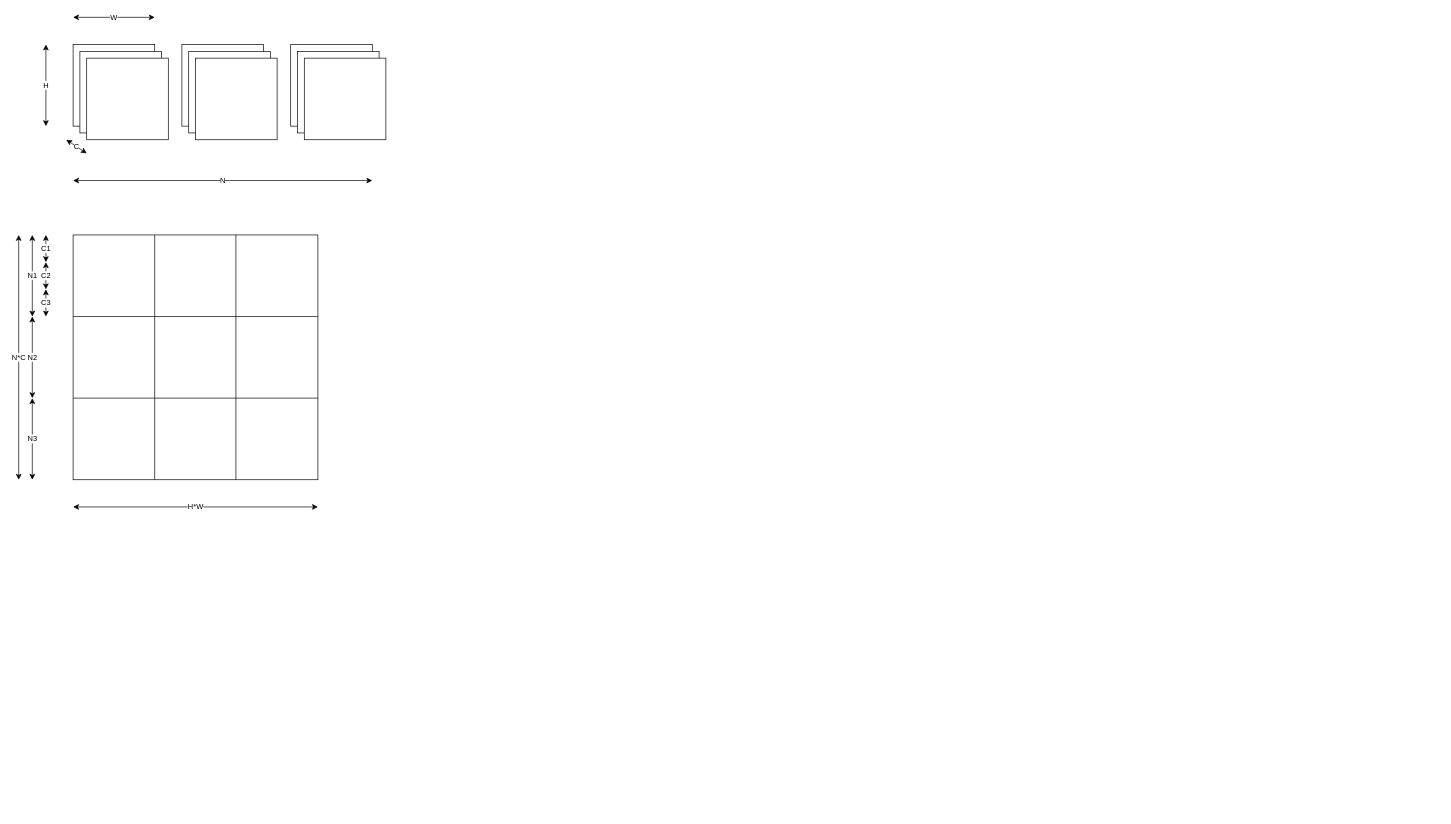
This is Tensor.drawio from DavidZyy/drawio_repo, a draw.io file, before an edit. Source tidied: cells renumbered, new cells numbered last; positions are measured from the earlier drawing's top-left corner, leaving out a move shared by most shapes. Both pictures are drawn from the tidied source at 68%, with x=0, y=0 at pixel (18, 17).
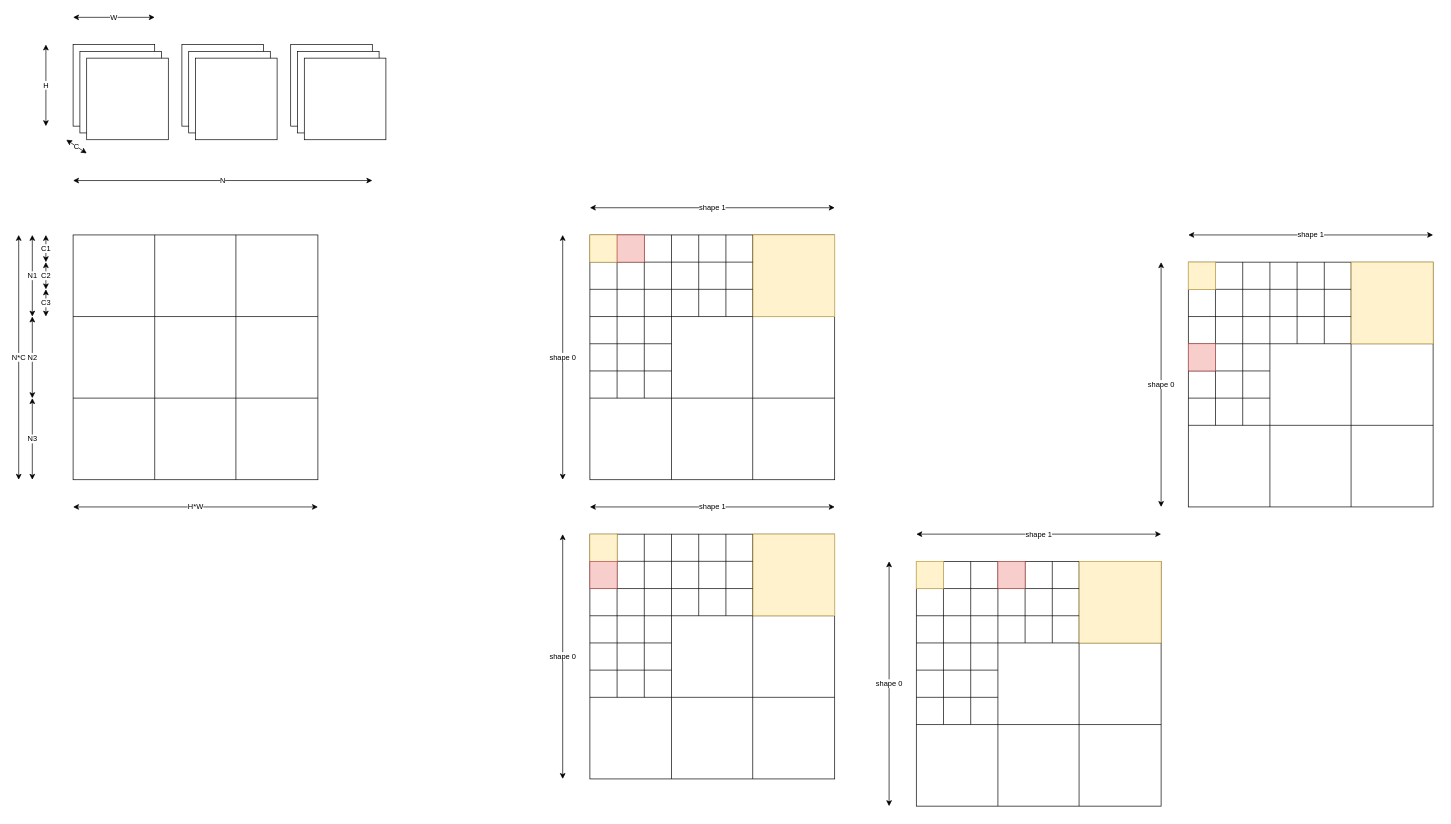
The same diagram, later.

Diff of the diagram source:
```diff
@@
+    <mxCell id="28" style="rounded=0;whiteSpace=wrap;html=1;" parent="1" vertex="1">
+      <mxGeometry x="840" y="320" width="360" height="360" as="geometry" />
+    </mxCell>
+    <mxCell id="29" style="endArrow=none;html=1;rounded=0;" parent="1" edge="1">
+      <mxGeometry relative="1" as="geometry">
+        <mxPoint x="960" y="680" as="sourcePoint" />
+        <mxPoint x="960" y="320" as="targetPoint" />
+      </mxGeometry>
+    </mxCell>
+    <mxCell id="30" style="endArrow=none;html=1;rounded=0;" parent="1" edge="1">
+      <mxGeometry relative="1" as="geometry">
+        <mxPoint x="1079.4" y="680" as="sourcePoint" />
+        <mxPoint x="1079.4" y="320" as="targetPoint" />
+      </mxGeometry>
+    </mxCell>
+    <mxCell id="31" style="endArrow=none;html=1;rounded=0;" parent="1" edge="1">
+      <mxGeometry relative="1" as="geometry">
+        <mxPoint x="840" y="440" as="sourcePoint" />
+        <mxPoint x="1200" y="440" as="targetPoint" />
+      </mxGeometry>
+    </mxCell>
+    <mxCell id="32" style="endArrow=none;html=1;rounded=0;" parent="1" edge="1">
+      <mxGeometry relative="1" as="geometry">
+        <mxPoint x="840" y="560" as="sourcePoint" />
+        <mxPoint x="1200" y="560" as="targetPoint" />
+      </mxGeometry>
+    </mxCell>
+    <mxCell id="33" style="endArrow=none;html=1;rounded=0;" parent="1" edge="1">
+      <mxGeometry relative="1" as="geometry">
+        <mxPoint x="840" y="360" as="sourcePoint" />
+        <mxPoint x="1080" y="360" as="targetPoint" />
+      </mxGeometry>
+    </mxCell>
+    <mxCell id="34" style="endArrow=none;html=1;rounded=0;" parent="1" edge="1">
+      <mxGeometry relative="1" as="geometry">
+        <mxPoint x="840" y="400" as="sourcePoint" />
+        <mxPoint x="1080" y="400" as="targetPoint" />
+      </mxGeometry>
+    </mxCell>
+    <mxCell id="35" style="endArrow=none;html=1;rounded=0;exitX=0.111;exitY=-0.001;exitDx=0;exitDy=0;exitPerimeter=0;" parent="1" edge="1" source="28">
+      <mxGeometry relative="1" as="geometry">
+        <mxPoint x="880" y="560" as="targetPoint" />
+      </mxGeometry>
+    </mxCell>
+    <mxCell id="36" style="endArrow=none;html=1;rounded=0;exitX=0.111;exitY=-0.001;exitDx=0;exitDy=0;exitPerimeter=0;" parent="1" edge="1">
+      <mxGeometry relative="1" as="geometry">
+        <mxPoint x="920" y="320" as="sourcePoint" />
+        <mxPoint x="920" y="560" as="targetPoint" />
+      </mxGeometry>
+    </mxCell>
+    <mxCell id="37" style="endArrow=none;html=1;rounded=0;exitX=0.111;exitY=-0.001;exitDx=0;exitDy=0;exitPerimeter=0;" parent="1" edge="1">
+      <mxGeometry relative="1" as="geometry">
+        <mxPoint x="1000" y="320" as="sourcePoint" />
+        <mxPoint x="1000" y="440" as="targetPoint" />
+      </mxGeometry>
+    </mxCell>
+    <mxCell id="38" style="endArrow=none;html=1;rounded=0;exitX=0.111;exitY=-0.001;exitDx=0;exitDy=0;exitPerimeter=0;" parent="1" edge="1">
+      <mxGeometry relative="1" as="geometry">
+        <mxPoint x="1040" y="320" as="sourcePoint" />
+        <mxPoint x="1040" y="440" as="targetPoint" />
+      </mxGeometry>
+    </mxCell>
+    <mxCell id="39" style="endArrow=none;html=1;rounded=0;" parent="1" edge="1">
+      <mxGeometry relative="1" as="geometry">
+        <mxPoint x="840" y="480" as="sourcePoint" />
+        <mxPoint x="960" y="480" as="targetPoint" />
+      </mxGeometry>
+    </mxCell>
+    <mxCell id="40" style="endArrow=none;html=1;rounded=0;" parent="1" edge="1">
+      <mxGeometry relative="1" as="geometry">
+        <mxPoint x="840" y="520" as="sourcePoint" />
+        <mxPoint x="960" y="520" as="targetPoint" />
+      </mxGeometry>
+    </mxCell>
+    <mxCell id="41" style="rounded=0;whiteSpace=wrap;html=1;fillColor=#fff2cc;strokeColor=#d6b656;" parent="1" vertex="1">
+      <mxGeometry x="1080" y="320" width="120" height="120" as="geometry" />
+    </mxCell>
+    <mxCell id="42" value="shape 1" style="endArrow=classic;startArrow=classic;html=1;rounded=0;" parent="1" edge="1">
+      <mxGeometry relative="1" as="geometry">
+        <mxPoint x="840" y="280" as="sourcePoint" />
+        <mxPoint x="1200" y="280" as="targetPoint" />
+      </mxGeometry>
+    </mxCell>
+    <mxCell id="43" value="shape 0" style="endArrow=classic;startArrow=classic;html=1;rounded=0;" parent="1" edge="1">
+      <mxGeometry relative="1" as="geometry">
+        <mxPoint x="800" y="680" as="sourcePoint" />
+        <mxPoint x="800" y="320" as="targetPoint" />
+      </mxGeometry>
+    </mxCell>
+    <mxCell id="44" style="rounded=0;whiteSpace=wrap;html=1;fillColor=#fff2cc;strokeColor=#d6b656;" parent="1" vertex="1">
+      <mxGeometry x="840" y="320" width="40" height="40" as="geometry" />
+    </mxCell>
+    <mxCell id="45" style="rounded=0;whiteSpace=wrap;html=1;fillColor=#f8cecc;strokeColor=#b85450;" parent="1" vertex="1">
+      <mxGeometry x="880" y="320" width="40" height="40" as="geometry" />
+    </mxCell>
+    <mxCell id="46" style="rounded=0;whiteSpace=wrap;html=1;" parent="1" vertex="1">
+      <mxGeometry x="840" y="760" width="360" height="360" as="geometry" />
+    </mxCell>
+    <mxCell id="47" style="endArrow=none;html=1;rounded=0;" parent="1" edge="1">
+      <mxGeometry relative="1" as="geometry">
+        <mxPoint x="960" y="1120" as="sourcePoint" />
+        <mxPoint x="960" y="760" as="targetPoint" />
+      </mxGeometry>
+    </mxCell>
+    <mxCell id="48" style="endArrow=none;html=1;rounded=0;" parent="1" edge="1">
+      <mxGeometry relative="1" as="geometry">
+        <mxPoint x="1079.4" y="1120" as="sourcePoint" />
+        <mxPoint x="1079.4" y="760" as="targetPoint" />
+      </mxGeometry>
+    </mxCell>
+    <mxCell id="49" style="endArrow=none;html=1;rounded=0;" parent="1" edge="1">
+      <mxGeometry relative="1" as="geometry">
+        <mxPoint x="840" y="880" as="sourcePoint" />
+        <mxPoint x="1200" y="880" as="targetPoint" />
+      </mxGeometry>
+    </mxCell>
+    <mxCell id="50" style="endArrow=none;html=1;rounded=0;" parent="1" edge="1">
+      <mxGeometry relative="1" as="geometry">
+        <mxPoint x="840" y="1000" as="sourcePoint" />
+        <mxPoint x="1200" y="1000" as="targetPoint" />
+      </mxGeometry>
+    </mxCell>
+    <mxCell id="51" style="endArrow=none;html=1;rounded=0;" parent="1" edge="1">
+      <mxGeometry relative="1" as="geometry">
+        <mxPoint x="840" y="800" as="sourcePoint" />
+        <mxPoint x="1080" y="800" as="targetPoint" />
+      </mxGeometry>
+    </mxCell>
+    <mxCell id="52" style="endArrow=none;html=1;rounded=0;" parent="1" edge="1">
+      <mxGeometry relative="1" as="geometry">
+        <mxPoint x="840" y="840" as="sourcePoint" />
+        <mxPoint x="1080" y="840" as="targetPoint" />
+      </mxGeometry>
+    </mxCell>
+    <mxCell id="53" style="endArrow=none;html=1;rounded=0;exitX=0.111;exitY=-0.001;exitDx=0;exitDy=0;exitPerimeter=0;" parent="1" edge="1" source="46">
+      <mxGeometry relative="1" as="geometry">
+        <mxPoint x="880" y="1000" as="targetPoint" />
+      </mxGeometry>
+    </mxCell>
+    <mxCell id="54" style="endArrow=none;html=1;rounded=0;exitX=0.111;exitY=-0.001;exitDx=0;exitDy=0;exitPerimeter=0;" parent="1" edge="1">
+      <mxGeometry relative="1" as="geometry">
+        <mxPoint x="920" y="760" as="sourcePoint" />
+        <mxPoint x="920" y="1000" as="targetPoint" />
+      </mxGeometry>
+    </mxCell>
+    <mxCell id="55" style="endArrow=none;html=1;rounded=0;exitX=0.111;exitY=-0.001;exitDx=0;exitDy=0;exitPerimeter=0;" parent="1" edge="1">
+      <mxGeometry relative="1" as="geometry">
+        <mxPoint x="1000" y="760" as="sourcePoint" />
+        <mxPoint x="1000" y="880" as="targetPoint" />
+      </mxGeometry>
+    </mxCell>
+    <mxCell id="56" style="endArrow=none;html=1;rounded=0;exitX=0.111;exitY=-0.001;exitDx=0;exitDy=0;exitPerimeter=0;" parent="1" edge="1">
+      <mxGeometry relative="1" as="geometry">
+        <mxPoint x="1040" y="760" as="sourcePoint" />
+        <mxPoint x="1040" y="880" as="targetPoint" />
+      </mxGeometry>
+    </mxCell>
+    <mxCell id="57" style="endArrow=none;html=1;rounded=0;" parent="1" edge="1">
+      <mxGeometry relative="1" as="geometry">
+        <mxPoint x="840" y="920" as="sourcePoint" />
+        <mxPoint x="960" y="920" as="targetPoint" />
+      </mxGeometry>
+    </mxCell>
+    <mxCell id="58" style="endArrow=none;html=1;rounded=0;" parent="1" edge="1">
+      <mxGeometry relative="1" as="geometry">
+        <mxPoint x="840" y="960" as="sourcePoint" />
+        <mxPoint x="960" y="960" as="targetPoint" />
+      </mxGeometry>
+    </mxCell>
+    <mxCell id="59" style="rounded=0;whiteSpace=wrap;html=1;fillColor=#fff2cc;strokeColor=#d6b656;" parent="1" vertex="1">
+      <mxGeometry x="1080" y="760" width="120" height="120" as="geometry" />
+    </mxCell>
+    <mxCell id="60" value="shape 1" style="endArrow=classic;startArrow=classic;html=1;rounded=0;" parent="1" edge="1">
+      <mxGeometry relative="1" as="geometry">
+        <mxPoint x="840" y="720" as="sourcePoint" />
+        <mxPoint x="1200" y="720" as="targetPoint" />
+      </mxGeometry>
+    </mxCell>
+    <mxCell id="61" value="shape 0" style="endArrow=classic;startArrow=classic;html=1;rounded=0;" parent="1" edge="1">
+      <mxGeometry relative="1" as="geometry">
+        <mxPoint x="800" y="1120" as="sourcePoint" />
+        <mxPoint x="800" y="760" as="targetPoint" />
+      </mxGeometry>
+    </mxCell>
+    <mxCell id="62" style="rounded=0;whiteSpace=wrap;html=1;fillColor=#fff2cc;strokeColor=#d6b656;" parent="1" vertex="1">
+      <mxGeometry x="840" y="760" width="40" height="40" as="geometry" />
+    </mxCell>
+    <mxCell id="63" style="rounded=0;whiteSpace=wrap;html=1;fillColor=#f8cecc;strokeColor=#b85450;" parent="1" vertex="1">
+      <mxGeometry x="840" y="800" width="40" height="40" as="geometry" />
+    </mxCell>
+    <mxCell id="64" style="rounded=0;whiteSpace=wrap;html=1;" parent="1" vertex="1">
+      <mxGeometry x="1320" y="800" width="360" height="360" as="geometry" />
+    </mxCell>
+    <mxCell id="65" style="endArrow=none;html=1;rounded=0;" parent="1" edge="1">
+      <mxGeometry relative="1" as="geometry">
+        <mxPoint x="1440" y="1160" as="sourcePoint" />
+        <mxPoint x="1440" y="800" as="targetPoint" />
+      </mxGeometry>
+    </mxCell>
+    <mxCell id="66" style="endArrow=none;html=1;rounded=0;" parent="1" edge="1">
+      <mxGeometry relative="1" as="geometry">
+        <mxPoint x="1559.4" y="1160" as="sourcePoint" />
+        <mxPoint x="1559.4" y="800" as="targetPoint" />
+      </mxGeometry>
+    </mxCell>
+    <mxCell id="67" style="endArrow=none;html=1;rounded=0;" parent="1" edge="1">
+      <mxGeometry relative="1" as="geometry">
+        <mxPoint x="1320" y="920" as="sourcePoint" />
+        <mxPoint x="1680" y="920" as="targetPoint" />
+      </mxGeometry>
+    </mxCell>
+    <mxCell id="68" style="endArrow=none;html=1;rounded=0;" parent="1" edge="1">
+      <mxGeometry relative="1" as="geometry">
+        <mxPoint x="1320" y="1040" as="sourcePoint" />
+        <mxPoint x="1680" y="1040" as="targetPoint" />
+      </mxGeometry>
+    </mxCell>
+    <mxCell id="69" style="endArrow=none;html=1;rounded=0;" parent="1" edge="1">
+      <mxGeometry relative="1" as="geometry">
+        <mxPoint x="1320" y="840" as="sourcePoint" />
+        <mxPoint x="1560" y="840" as="targetPoint" />
+      </mxGeometry>
+    </mxCell>
+    <mxCell id="70" style="endArrow=none;html=1;rounded=0;" parent="1" edge="1">
+      <mxGeometry relative="1" as="geometry">
+        <mxPoint x="1320" y="880" as="sourcePoint" />
+        <mxPoint x="1560" y="880" as="targetPoint" />
+      </mxGeometry>
+    </mxCell>
+    <mxCell id="71" style="endArrow=none;html=1;rounded=0;exitX=0.111;exitY=-0.001;exitDx=0;exitDy=0;exitPerimeter=0;" parent="1" edge="1" source="64">
+      <mxGeometry relative="1" as="geometry">
+        <mxPoint x="1360" y="1040" as="targetPoint" />
+      </mxGeometry>
+    </mxCell>
+    <mxCell id="72" style="endArrow=none;html=1;rounded=0;exitX=0.111;exitY=-0.001;exitDx=0;exitDy=0;exitPerimeter=0;" parent="1" edge="1">
+      <mxGeometry relative="1" as="geometry">
+        <mxPoint x="1400" y="800" as="sourcePoint" />
+        <mxPoint x="1400" y="1040" as="targetPoint" />
+      </mxGeometry>
+    </mxCell>
+    <mxCell id="73" style="endArrow=none;html=1;rounded=0;exitX=0.111;exitY=-0.001;exitDx=0;exitDy=0;exitPerimeter=0;" parent="1" edge="1">
+      <mxGeometry relative="1" as="geometry">
+        <mxPoint x="1480" y="800" as="sourcePoint" />
+        <mxPoint x="1480" y="920" as="targetPoint" />
+      </mxGeometry>
+    </mxCell>
+    <mxCell id="74" style="endArrow=none;html=1;rounded=0;exitX=0.111;exitY=-0.001;exitDx=0;exitDy=0;exitPerimeter=0;" parent="1" edge="1">
+      <mxGeometry relative="1" as="geometry">
+        <mxPoint x="1520" y="800" as="sourcePoint" />
+        <mxPoint x="1520" y="920" as="targetPoint" />
+      </mxGeometry>
+    </mxCell>
+    <mxCell id="75" style="endArrow=none;html=1;rounded=0;" parent="1" edge="1">
+      <mxGeometry relative="1" as="geometry">
+        <mxPoint x="1320" y="960" as="sourcePoint" />
+        <mxPoint x="1440" y="960" as="targetPoint" />
+      </mxGeometry>
+    </mxCell>
+    <mxCell id="76" style="endArrow=none;html=1;rounded=0;" parent="1" edge="1">
+      <mxGeometry relative="1" as="geometry">
+        <mxPoint x="1320" y="1000" as="sourcePoint" />
+        <mxPoint x="1440" y="1000" as="targetPoint" />
+      </mxGeometry>
+    </mxCell>
+    <mxCell id="77" style="rounded=0;whiteSpace=wrap;html=1;fillColor=#fff2cc;strokeColor=#d6b656;" parent="1" vertex="1">
+      <mxGeometry x="1560" y="800" width="120" height="120" as="geometry" />
+    </mxCell>
+    <mxCell id="78" value="shape 1" style="endArrow=classic;startArrow=classic;html=1;rounded=0;" parent="1" edge="1">
+      <mxGeometry relative="1" as="geometry">
+        <mxPoint x="1320" y="760" as="sourcePoint" />
+        <mxPoint x="1680" y="760" as="targetPoint" />
+      </mxGeometry>
+    </mxCell>
+    <mxCell id="79" value="shape 0" style="endArrow=classic;startArrow=classic;html=1;rounded=0;" parent="1" edge="1">
+      <mxGeometry relative="1" as="geometry">
+        <mxPoint x="1280" y="1160" as="sourcePoint" />
+        <mxPoint x="1280" y="800" as="targetPoint" />
+      </mxGeometry>
+    </mxCell>
+    <mxCell id="80" style="rounded=0;whiteSpace=wrap;html=1;fillColor=#fff2cc;strokeColor=#d6b656;" parent="1" vertex="1">
+      <mxGeometry x="1320" y="800" width="40" height="40" as="geometry" />
+    </mxCell>
+    <mxCell id="81" style="rounded=0;whiteSpace=wrap;html=1;fillColor=#f8cecc;strokeColor=#b85450;" parent="1" vertex="1">
+      <mxGeometry x="1440" y="800" width="40" height="40" as="geometry" />
+    </mxCell>
+    <mxCell id="82" style="rounded=0;whiteSpace=wrap;html=1;" parent="1" vertex="1">
+      <mxGeometry x="1720" y="360" width="360" height="360" as="geometry" />
+    </mxCell>
+    <mxCell id="83" style="endArrow=none;html=1;rounded=0;" parent="1" edge="1">
+      <mxGeometry relative="1" as="geometry">
+        <mxPoint x="1840" y="720" as="sourcePoint" />
+        <mxPoint x="1840" y="360" as="targetPoint" />
+      </mxGeometry>
+    </mxCell>
+    <mxCell id="84" style="endArrow=none;html=1;rounded=0;" parent="1" edge="1">
+      <mxGeometry relative="1" as="geometry">
+        <mxPoint x="1959.4" y="720" as="sourcePoint" />
+        <mxPoint x="1959.4" y="360" as="targetPoint" />
+      </mxGeometry>
+    </mxCell>
+    <mxCell id="85" style="endArrow=none;html=1;rounded=0;" parent="1" edge="1">
+      <mxGeometry relative="1" as="geometry">
+        <mxPoint x="1720" y="480" as="sourcePoint" />
+        <mxPoint x="2080" y="480" as="targetPoint" />
+      </mxGeometry>
+    </mxCell>
+    <mxCell id="86" style="endArrow=none;html=1;rounded=0;" parent="1" edge="1">
+      <mxGeometry relative="1" as="geometry">
+        <mxPoint x="1720" y="600" as="sourcePoint" />
+        <mxPoint x="2080" y="600" as="targetPoint" />
+      </mxGeometry>
+    </mxCell>
+    <mxCell id="87" style="endArrow=none;html=1;rounded=0;" parent="1" edge="1">
+      <mxGeometry relative="1" as="geometry">
+        <mxPoint x="1720" y="400" as="sourcePoint" />
+        <mxPoint x="1960" y="400" as="targetPoint" />
+      </mxGeometry>
+    </mxCell>
+    <mxCell id="88" style="endArrow=none;html=1;rounded=0;" parent="1" edge="1">
+      <mxGeometry relative="1" as="geometry">
+        <mxPoint x="1720" y="440" as="sourcePoint" />
+        <mxPoint x="1960" y="440" as="targetPoint" />
+      </mxGeometry>
+    </mxCell>
+    <mxCell id="89" style="endArrow=none;html=1;rounded=0;exitX=0.111;exitY=-0.001;exitDx=0;exitDy=0;exitPerimeter=0;" parent="1" edge="1" source="82">
+      <mxGeometry relative="1" as="geometry">
+        <mxPoint x="1760" y="600" as="targetPoint" />
+      </mxGeometry>
+    </mxCell>
+    <mxCell id="90" style="endArrow=none;html=1;rounded=0;exitX=0.111;exitY=-0.001;exitDx=0;exitDy=0;exitPerimeter=0;" parent="1" edge="1">
+      <mxGeometry relative="1" as="geometry">
+        <mxPoint x="1800" y="360" as="sourcePoint" />
+        <mxPoint x="1800" y="600" as="targetPoint" />
+      </mxGeometry>
+    </mxCell>
+    <mxCell id="91" style="endArrow=none;html=1;rounded=0;exitX=0.111;exitY=-0.001;exitDx=0;exitDy=0;exitPerimeter=0;" parent="1" edge="1">
+      <mxGeometry relative="1" as="geometry">
+        <mxPoint x="1880" y="360" as="sourcePoint" />
+        <mxPoint x="1880" y="480" as="targetPoint" />
+      </mxGeometry>
+    </mxCell>
+    <mxCell id="92" style="endArrow=none;html=1;rounded=0;exitX=0.111;exitY=-0.001;exitDx=0;exitDy=0;exitPerimeter=0;" parent="1" edge="1">
+      <mxGeometry relative="1" as="geometry">
+        <mxPoint x="1920" y="360" as="sourcePoint" />
+        <mxPoint x="1920" y="480" as="targetPoint" />
+      </mxGeometry>
+    </mxCell>
+    <mxCell id="93" style="endArrow=none;html=1;rounded=0;" parent="1" edge="1">
+      <mxGeometry relative="1" as="geometry">
+        <mxPoint x="1720" y="520" as="sourcePoint" />
+        <mxPoint x="1840" y="520" as="targetPoint" />
+      </mxGeometry>
+    </mxCell>
+    <mxCell id="94" style="endArrow=none;html=1;rounded=0;" parent="1" edge="1">
+      <mxGeometry relative="1" as="geometry">
+        <mxPoint x="1720" y="560" as="sourcePoint" />
+        <mxPoint x="1840" y="560" as="targetPoint" />
+      </mxGeometry>
+    </mxCell>
+    <mxCell id="95" style="rounded=0;whiteSpace=wrap;html=1;fillColor=#fff2cc;strokeColor=#d6b656;" parent="1" vertex="1">
+      <mxGeometry x="1960" y="360" width="120" height="120" as="geometry" />
+    </mxCell>
+    <mxCell id="96" value="shape 1" style="endArrow=classic;startArrow=classic;html=1;rounded=0;" parent="1" edge="1">
+      <mxGeometry relative="1" as="geometry">
+        <mxPoint x="1720" y="320" as="sourcePoint" />
+        <mxPoint x="2080" y="320" as="targetPoint" />
+      </mxGeometry>
+    </mxCell>
+    <mxCell id="97" value="shape 0" style="endArrow=classic;startArrow=classic;html=1;rounded=0;" parent="1" edge="1">
+      <mxGeometry relative="1" as="geometry">
+        <mxPoint x="1680" y="720" as="sourcePoint" />
+        <mxPoint x="1680" y="360" as="targetPoint" />
+      </mxGeometry>
+    </mxCell>
+    <mxCell id="98" style="rounded=0;whiteSpace=wrap;html=1;fillColor=#fff2cc;strokeColor=#d6b656;" parent="1" vertex="1">
+      <mxGeometry x="1720" y="360" width="40" height="40" as="geometry" />
+    </mxCell>
+    <mxCell id="99" style="rounded=0;whiteSpace=wrap;html=1;fillColor=#f8cecc;strokeColor=#b85450;" parent="1" vertex="1">
+      <mxGeometry x="1720" y="480" width="40" height="40" as="geometry" />
+    </mxCell>
```
